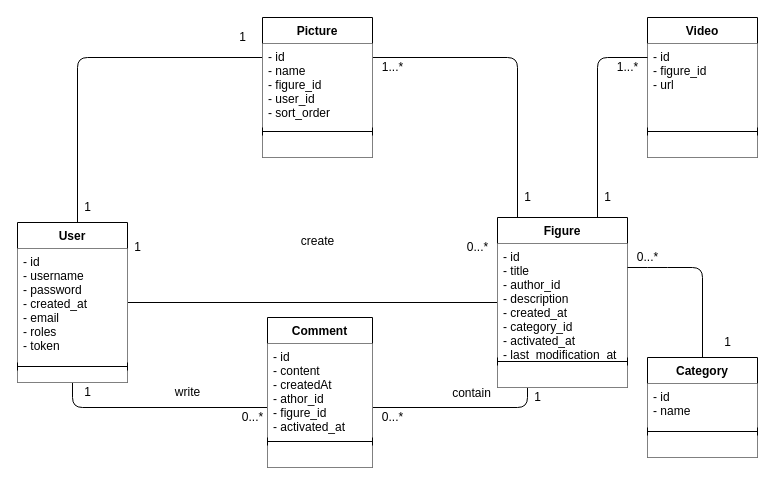
This is Diagrammes/Diagramme de classes/Diagramme de classes.drawio from JgPhil/Snowtricks, a draw.io file, before an edit. Source tidied: cells renumbered, new cells numbered last; positions are measured from the earlier drawing's top-left corner, leaving out a move shared by most shapes. Both pictures are drawn from the tidied source at 100%, with x=0, y=0 at pixel (17, 17).
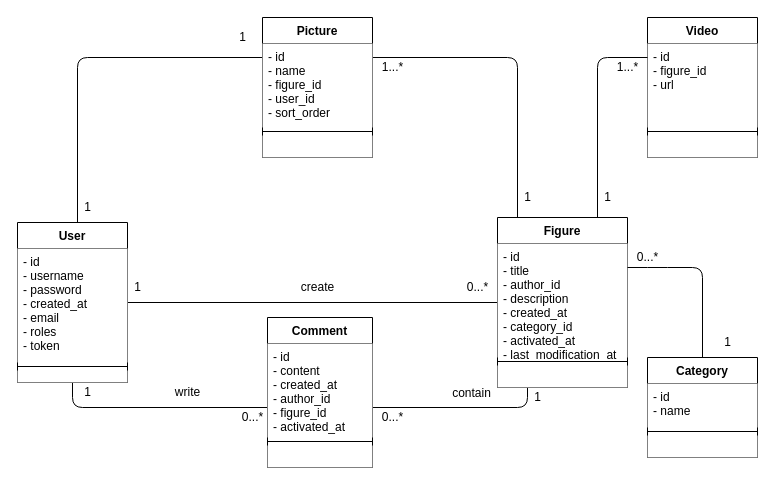
After the change.

The change refers to these unchanged cells:
```xml
<mxCell id="12" value="Comment" style="swimlane;fontStyle=1;align=center;verticalAlign=top;horizontal=1;startSize=26;swimlaneLine=1;backgroundOutline=0;fillColor=#ffffff;" parent="1" vertex="1">
  <mxGeometry x="250" y="300" width="105" height="150" as="geometry" />
</mxCell>
```

Change to the diagram source:
```diff
@@
     <mxCell id="7" value="create" style="text;html=1;align=center;verticalAlign=middle;" parent="1" vertex="1">
-      <mxGeometry x="275" y="214" width="50" height="20" as="geometry" />
+      <mxGeometry x="275" y="260" width="50" height="20" as="geometry" />
     </mxCell>
@@
     <mxCell id="9" value="0...*" style="text;html=1;align=center;verticalAlign=middle;" parent="1" vertex="1">
-      <mxGeometry x="440" y="220" width="40" height="20" as="geometry" />
+      <mxGeometry x="440" y="260" width="40" height="20" as="geometry" />
     </mxCell>
@@
-    <mxCell id="13" value="- id&#10;- content&#10;- createdAt&#10;- athor_id&#10;- figure_id&#10;- activated_at" style="text;strokeColor=none;fillColor=#ffffff;align=left;verticalAlign=top;spacingLeft=4;spacingRight=4;overflow=hidden;shadow=0;" parent="12" vertex="1">
+    <mxCell id="13" value="- id&#10;- content&#10;- created_at&#10;- author_id&#10;- figure_id&#10;- activated_at" style="text;strokeColor=none;fillColor=#ffffff;align=left;verticalAlign=top;spacingLeft=4;spacingRight=4;overflow=hidden;shadow=0;" parent="12" vertex="1">
       <mxGeometry y="26" width="105" height="94" as="geometry" />
     </mxCell>
@@
     <mxCell id="26" value="1" style="text;html=1;align=center;verticalAlign=middle;" parent="1" vertex="1">
-      <mxGeometry x="110" y="220" width="20" height="20" as="geometry" />
+      <mxGeometry x="110" y="260" width="20" height="20" as="geometry" />
     </mxCell>
```
